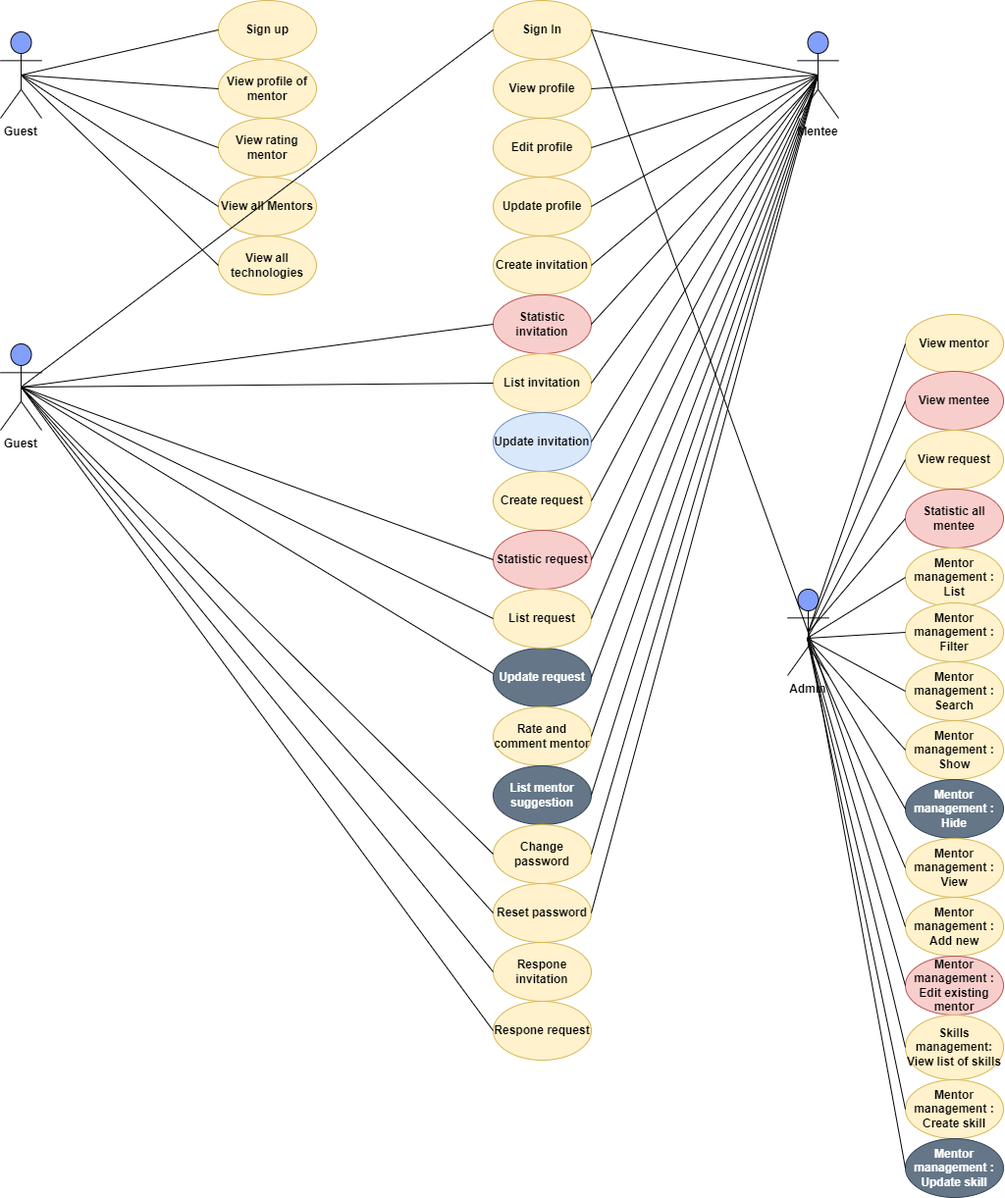
This is SWP391_UML.drawio.png from dungdt23/SWP391_Document, a draw.io export, as it was before one commit. Source tidied: cells renumbered, new cells last; positions are measured from the earlier drawing's top-left corner, leaving out a move shared by most shapes.
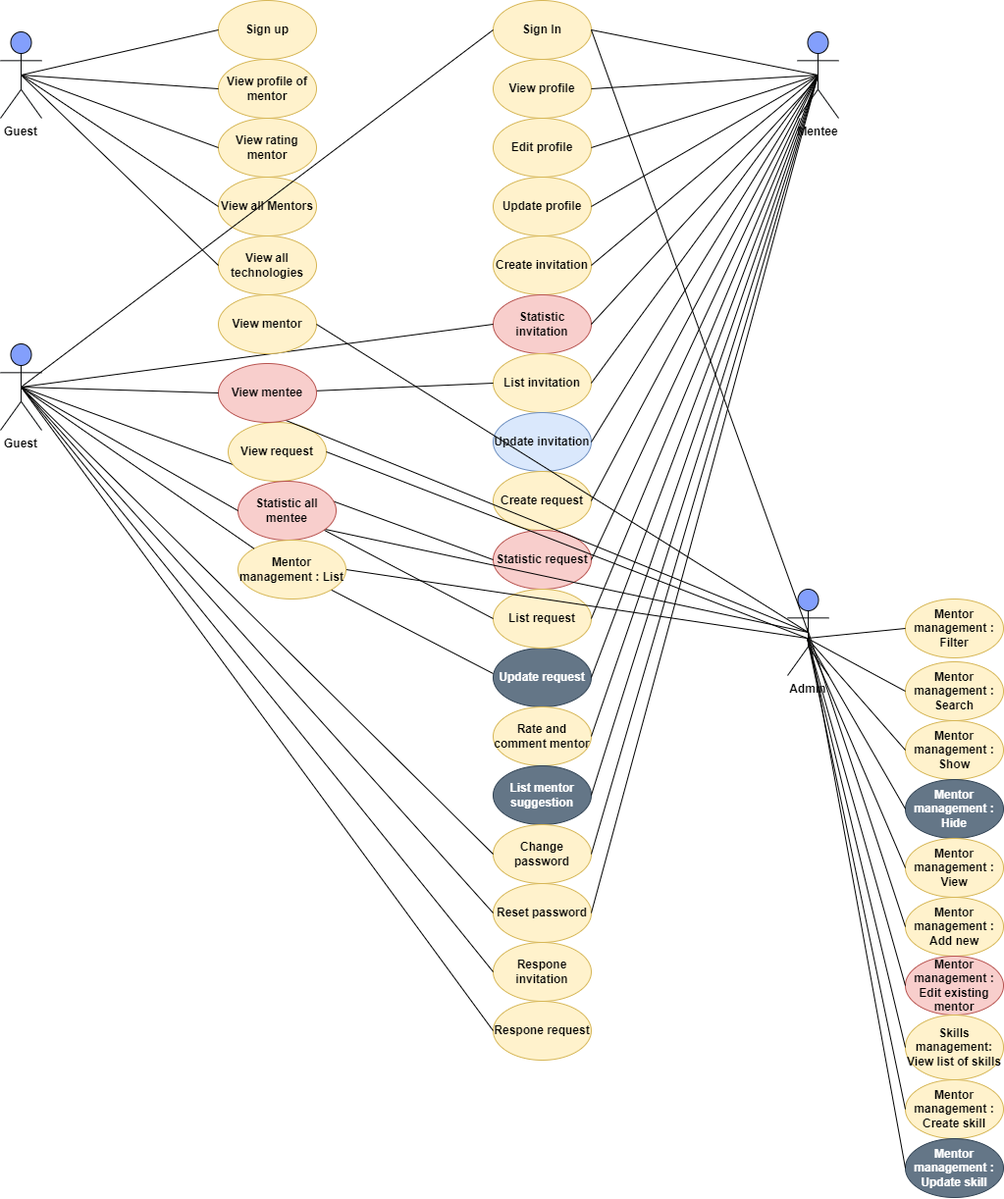
After the commit.

Diff of the diagram source:
```diff
@@ -145,7 +145,7 @@
     <mxCell id="48" style="endArrow=none;html=1;rounded=0;exitX=0.5;exitY=0.5;exitDx=0;exitDy=0;entryX=0;entryY=0.5;entryDx=0;entryDy=0;exitPerimeter=0;" parent="1" edge="1" source="46" target="24">
       <mxGeometry relative="1" as="geometry" />
     </mxCell>
-    <mxCell id="49" style="endArrow=none;html=1;rounded=0;exitX=0.5;exitY=0.5;exitDx=0;exitDy=0;entryX=0;entryY=0.5;entryDx=0;entryDy=0;exitPerimeter=0;" parent="1" edge="1" source="46" target="25">
+    <mxCell id="49" style="endArrow=none;html=1;rounded=0;exitX=0.5;exitY=0.5;exitDx=0;exitDy=0;entryX=0;entryY=0.5;entryDx=0;entryDy=0;exitPerimeter=0;startArrow=none;" parent="1" edge="1" source="62" target="25">
       <mxGeometry relative="1" as="geometry" />
     </mxCell>
     <mxCell id="50" style="endArrow=none;html=1;rounded=0;exitX=0.5;exitY=0.5;exitDx=0;exitDy=0;entryX=0;entryY=0.5;entryDx=0;entryDy=0;exitPerimeter=0;" parent="1" edge="1" source="46" target="33">
@@ -154,10 +154,10 @@
     <mxCell id="51" style="endArrow=none;html=1;rounded=0;exitX=0.5;exitY=0.5;exitDx=0;exitDy=0;entryX=0;entryY=0.5;entryDx=0;entryDy=0;exitPerimeter=0;" parent="1" edge="1" source="46" target="34">
       <mxGeometry relative="1" as="geometry" />
     </mxCell>
-    <mxCell id="52" style="endArrow=none;html=1;rounded=0;exitX=0.5;exitY=0.5;exitDx=0;exitDy=0;entryX=0;entryY=0.5;entryDx=0;entryDy=0;exitPerimeter=0;" parent="1" edge="1" source="46" target="30">
+    <mxCell id="52" style="endArrow=none;html=1;rounded=0;exitX=0.5;exitY=0.5;exitDx=0;exitDy=0;entryX=0;entryY=0.5;entryDx=0;entryDy=0;exitPerimeter=0;startArrow=none;" parent="1" edge="1" source="64" target="30">
       <mxGeometry relative="1" as="geometry" />
     </mxCell>
-    <mxCell id="53" style="endArrow=none;html=1;rounded=0;exitX=0.5;exitY=0.5;exitDx=0;exitDy=0;entryX=0.5;entryY=0.5;entryDx=0;entryDy=0;entryPerimeter=0;exitPerimeter=0;" parent="1" edge="1" source="46">
+    <mxCell id="53" style="endArrow=none;html=1;rounded=0;exitX=0.5;exitY=0.5;exitDx=0;exitDy=0;entryX=0.5;entryY=0.5;entryDx=0;entryDy=0;entryPerimeter=0;exitPerimeter=0;startArrow=none;" parent="1" edge="1" source="65">
       <mxGeometry relative="1" as="geometry">
         <mxPoint x="502" y="686" as="targetPoint" />
       </mxGeometry>
@@ -184,22 +184,13 @@
       <mxGeometry relative="1" as="geometry" />
     </mxCell>
     <mxCell id="61" value="View mentor" style="ellipse;whiteSpace=wrap;html=1;fillColor=#fff2cc;strokeColor=#d6b656;fontStyle=1;" parent="1" vertex="1">
-      <mxGeometry x="922" y="320" width="100" height="60" as="geometry" />
+      <mxGeometry x="222" y="300" width="100" height="60" as="geometry" />
     </mxCell>
-    <mxCell id="62" value="View mentee" style="ellipse;whiteSpace=wrap;html=1;fillColor=#f8cecc;strokeColor=#b85450;fontStyle=1;" parent="1" vertex="1">
-      <mxGeometry x="922" y="378" width="100" height="60" as="geometry" />
-    </mxCell>
     <mxCell id="63" value="View request" style="ellipse;whiteSpace=wrap;html=1;fillColor=#fff2cc;strokeColor=#d6b656;fontStyle=1;" parent="1" vertex="1">
-      <mxGeometry x="922" y="438" width="100" height="60" as="geometry" />
+      <mxGeometry x="232" y="430" width="100" height="60" as="geometry" />
     </mxCell>
-    <mxCell id="64" value="Statistic all mentee" style="ellipse;whiteSpace=wrap;html=1;fillColor=#f8cecc;strokeColor=#b85450;fontStyle=1;" parent="1" vertex="1">
-      <mxGeometry x="922" y="498" width="100" height="60" as="geometry" />
-    </mxCell>
-    <mxCell id="65" value="Mentor management : List" style="ellipse;whiteSpace=wrap;html=1;fillColor=#fff2cc;strokeColor=#d6b656;fontStyle=1;" parent="1" vertex="1">
-      <mxGeometry x="922" y="558" width="100" height="60" as="geometry" />
-    </mxCell>
     <mxCell id="66" value="Mentor management : Filter" style="ellipse;whiteSpace=wrap;html=1;fillColor=#fff2cc;strokeColor=#d6b656;fontStyle=1;" parent="1" vertex="1">
-      <mxGeometry x="922" y="614" width="100" height="60" as="geometry" />
+      <mxGeometry x="922" y="610" width="100" height="60" as="geometry" />
     </mxCell>
     <mxCell id="67" value="Mentor management : Search" style="ellipse;whiteSpace=wrap;html=1;fillColor=#fff2cc;strokeColor=#d6b656;fontStyle=1;" parent="1" vertex="1">
       <mxGeometry x="922" y="674" width="100" height="60" as="geometry" />
@@ -228,13 +219,13 @@
     <mxCell id="75" value="Mentor management : Update skill&lt;span style=&quot;color: rgba(0, 0, 0, 0); font-family: monospace; font-size: 0px; font-weight: 400; text-align: start;&quot;&gt;%3CmxGraphModel%3E%3Croot%3E%3CmxCell%20id%3D%220%22%2F%3E%3CmxCell%20id%3D%221%22%20parent%3D%220%22%2F%3E%3CmxCell%20id%3D%222%22%20value%3D%22Mentor%20management%20%3A%20Search%22%20style%3D%22ellipse%3BwhiteSpace%3Dwrap%3Bhtml%3D1%3BfillColor%3D%23fff2cc%3BstrokeColor%3D%23d6b656%3BfontStyle%3D1%22%20vertex%3D%221%22%20parent%3D%221%22%3E%3CmxGeometry%20x%3D%22880%22%20y%3D%22674%22%20width%3D%22100%22%20height%3D%2260%22%20as%3D%22geometry%22%2F%3E%3C%2FmxCell%3E%3C%2Froot%3E%3C%2FmxGraphModel%3E&lt;/span&gt;" style="ellipse;whiteSpace=wrap;html=1;fillColor=#647687;strokeColor=#314354;fontStyle=1;fontColor=#ffffff;" parent="1" vertex="1">
       <mxGeometry x="922" y="1160" width="100" height="60" as="geometry" />
     </mxCell>
-    <mxCell id="76" style="endArrow=none;html=1;rounded=0;exitX=0.5;exitY=0.5;exitDx=0;exitDy=0;exitPerimeter=0;entryX=0;entryY=0.5;entryDx=0;entryDy=0;" parent="1" edge="1" source="59" target="61">
+    <mxCell id="76" style="endArrow=none;html=1;rounded=0;exitX=0.5;exitY=0.5;exitDx=0;exitDy=0;exitPerimeter=0;entryX=1;entryY=0.5;entryDx=0;entryDy=0;" parent="1" edge="1" source="59" target="61">
       <mxGeometry relative="1" as="geometry" />
     </mxCell>
     <mxCell id="77" style="endArrow=none;html=1;rounded=0;exitX=0.5;exitY=0.5;exitDx=0;exitDy=0;exitPerimeter=0;entryX=0;entryY=0.5;entryDx=0;entryDy=0;" parent="1" edge="1" source="59" target="62">
       <mxGeometry relative="1" as="geometry" />
     </mxCell>
-    <mxCell id="78" style="endArrow=none;html=1;rounded=0;entryX=0;entryY=0.5;entryDx=0;entryDy=0;" parent="1" edge="1" target="63">
+    <mxCell id="78" style="endArrow=none;html=1;rounded=0;entryX=1;entryY=0.5;entryDx=0;entryDy=0;" parent="1" edge="1" target="63">
       <mxGeometry relative="1" as="geometry">
         <mxPoint x="822" y="650" as="sourcePoint" />
       </mxGeometry>
@@ -242,7 +233,7 @@
     <mxCell id="79" style="endArrow=none;html=1;rounded=0;exitX=0.5;exitY=0.5;exitDx=0;exitDy=0;exitPerimeter=0;entryX=0;entryY=0.5;entryDx=0;entryDy=0;" parent="1" edge="1" source="59" target="64">
       <mxGeometry relative="1" as="geometry" />
     </mxCell>
-    <mxCell id="80" style="endArrow=none;html=1;rounded=0;entryX=0;entryY=0.5;entryDx=0;entryDy=0;" parent="1" edge="1" target="65">
+    <mxCell id="80" style="endArrow=none;html=1;rounded=0;entryX=1;entryY=0.5;entryDx=0;entryDy=0;" parent="1" edge="1" target="65">
       <mxGeometry relative="1" as="geometry">
         <mxPoint x="822" y="650" as="sourcePoint" />
       </mxGeometry>
@@ -296,5 +287,23 @@
     <mxCell id="90" style="endArrow=none;html=1;rounded=0;entryX=0;entryY=0.5;entryDx=0;entryDy=0;exitX=0.5;exitY=0.5;exitDx=0;exitDy=0;exitPerimeter=0;" parent="1" edge="1" source="59" target="75">
       <mxGeometry relative="1" as="geometry" />
     </mxCell>
+    <mxCell id="62" value="View mentee" style="ellipse;whiteSpace=wrap;html=1;fillColor=#f8cecc;strokeColor=#b85450;fontStyle=1;" parent="1" vertex="1">
+      <mxGeometry x="222" y="370" width="100" height="60" as="geometry" />
+    </mxCell>
+    <mxCell id="91" style="endArrow=none;html=1;rounded=0;exitX=0.5;exitY=0.5;exitDx=0;exitDy=0;entryX=0;entryY=0.5;entryDx=0;entryDy=0;exitPerimeter=0;" parent="1" edge="1" source="46" target="62">
+      <mxGeometry relative="1" as="geometry" />
+    </mxCell>
+    <mxCell id="64" value="Statistic all mentee" style="ellipse;whiteSpace=wrap;html=1;fillColor=#f8cecc;strokeColor=#b85450;fontStyle=1;" parent="1" vertex="1">
+      <mxGeometry x="242" y="490" width="100" height="60" as="geometry" />
+    </mxCell>
+    <mxCell id="92" style="endArrow=none;html=1;rounded=0;exitX=0.5;exitY=0.5;exitDx=0;exitDy=0;entryX=0;entryY=0.5;entryDx=0;entryDy=0;exitPerimeter=0;" parent="1" edge="1" source="46" target="64">
+      <mxGeometry relative="1" as="geometry" />
+    </mxCell>
+    <mxCell id="65" value="Mentor management : List" style="ellipse;whiteSpace=wrap;html=1;fillColor=#fff2cc;strokeColor=#d6b656;fontStyle=1;" parent="1" vertex="1">
+      <mxGeometry x="242" y="550" width="110" height="60" as="geometry" />
+    </mxCell>
+    <mxCell id="93" style="endArrow=none;html=1;rounded=0;exitX=0.5;exitY=0.5;exitDx=0;exitDy=0;entryX=0;entryY=0;entryDx=0;entryDy=0;exitPerimeter=0;" parent="1" edge="1" source="46" target="65">
+      <mxGeometry relative="1" as="geometry" />
+    </mxCell>
   </root>
 </mxGraphModel>
```
